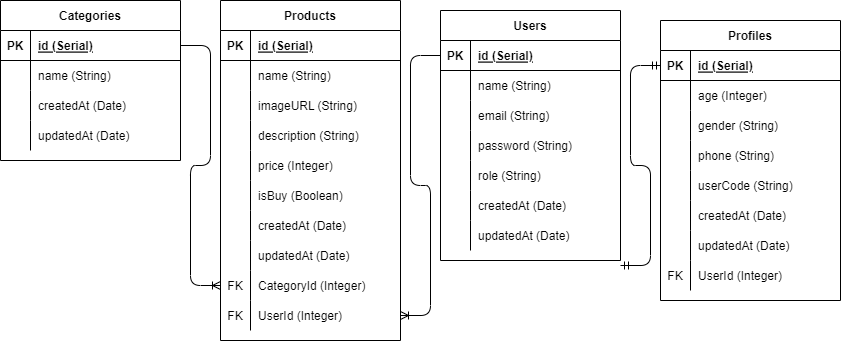
Earlier version of the draw.io export E-Clothes.drawio.png (muhammad1qbal/E-clotches). Source tidied: cells renumbered, new cells last; positions are measured from the earlier drawing's top-left corner, leaving out a move shared by most shapes.
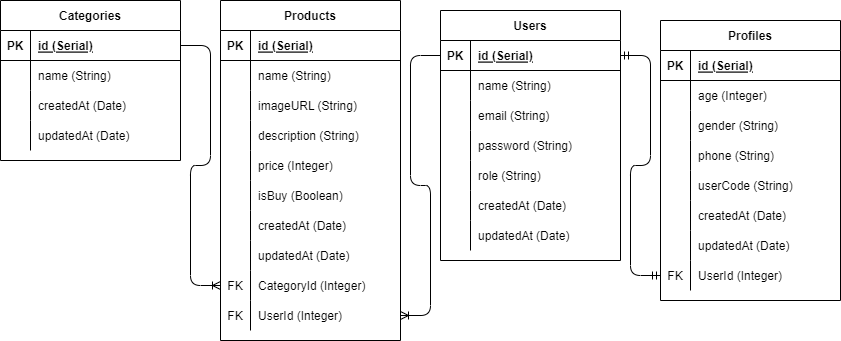
Above is the later version.

What changed in the source:
```diff
@@ -281,10 +281,8 @@
     <mxCell id="94" value="UserId (Integer)" style="shape=partialRectangle;fillColor=none;top=0;left=0;bottom=0;right=0;align=left;spacingLeft=6;overflow=hidden;" parent="92" vertex="1">
       <mxGeometry x="30" width="150" height="30" as="geometry" />
     </mxCell>
-    <mxCell id="95" style="edgeStyle=entityRelationEdgeStyle;fontSize=12;html=1;endArrow=ERmandOne;startArrow=ERmandOne;rounded=1;exitX=1;exitY=0.5;exitDx=0;exitDy=0;entryX=0;entryY=0.5;entryDx=0;entryDy=0;" parent="1" edge="1" target="71">
-      <mxGeometry relative="1" as="geometry">
-        <mxPoint x="620" y="265" as="sourcePoint" />
-      </mxGeometry>
+    <mxCell id="95" style="edgeStyle=entityRelationEdgeStyle;fontSize=12;html=1;endArrow=ERmandOne;startArrow=ERmandOne;rounded=1;exitX=1;exitY=0.5;exitDx=0;exitDy=0;entryX=0;entryY=0.5;entryDx=0;entryDy=0;" parent="1" edge="1" source="48" target="92">
+      <mxGeometry relative="1" as="geometry" />
     </mxCell>
   </root>
 </mxGraphModel>
```
